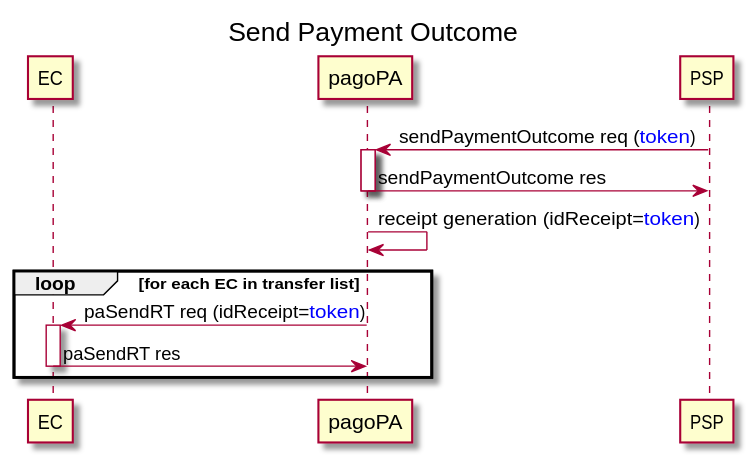
The PlantUML diagram docs/outcomeOK.svg in pagopa/pagopa-api, before a commit.
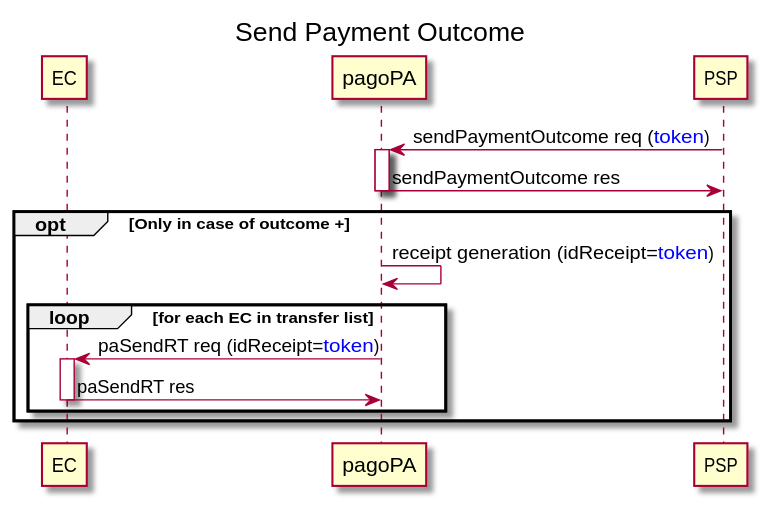
After the change.

What changed in the source:
```diff
@@ -1,21 +1,20 @@
 @startuml uml_diag/outcomeOK
 title Send Payment Outcome
-
 participant EC
 participant pagoPA
 participant PSP
-
 PSP -> pagoPA: sendPaymentOutcome req (<color blue>token</color>)
 activate pagoPA
 pagoPA -> PSP: sendPaymentOutcome res
 deactivate pagoPA
-pagoPA -> pagoPA: receipt generation (idReceipt=<color blue>token</color>)
-
-loop for each EC in transfer list
-    pagoPA -> EC: paSendRT req (idReceipt=<color blue>token</color>)
-    activate EC
-    EC -> pagoPA: paSendRT res
-    deactivate EC
+opt Only in case of outcome +
+    pagoPA -> pagoPA: receipt generation (idReceipt=<color blue>token</color>)
+    loop for each EC in transfer list
+        pagoPA -> EC: paSendRT req (idReceipt=<color blue>token</color>)
+        activate EC
+        EC -> pagoPA: paSendRT res
+        deactivate EC
+    end
 end
 
 @enduml
```
